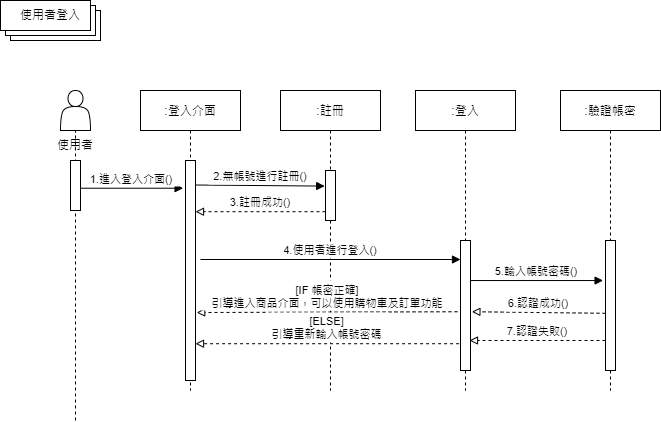
Earlier version of the draw.io export wiki/turn1.png (bobohuman/sowfare). Source tidied: cells renumbered, new cells last; positions are measured from the earlier drawing's top-left corner, leaving out a move shared by most shapes. The source it was exported from:
```xml
<mxGraphModel>
  <root>
    <mxCell id="0" />
    <mxCell id="1" parent="0" />
    <mxCell id="2" value=":登入介面" style="shape=umlLifeline;perimeter=lifelinePerimeter;rounded=0;shadow=0;strokeWidth=1;" parent="1" vertex="1">
      <mxGeometry x="140" y="90" width="100" height="300" as="geometry" />
    </mxCell>
    <mxCell id="3" style="points=[];perimeter=orthogonalPerimeter;rounded=0;shadow=0;strokeWidth=1;" parent="2" vertex="1">
      <mxGeometry x="45" y="70" width="10" height="220" as="geometry" />
    </mxCell>
    <mxCell id="4" value="2.無帳號進行註冊()" style="verticalAlign=bottom;endArrow=block;shadow=0;strokeWidth=1;entryX=-0.08;entryY=0.312;entryDx=0;entryDy=0;entryPerimeter=0;" parent="2" edge="1" target="6">
      <mxGeometry relative="1" as="geometry">
        <mxPoint x="55" y="94.5" as="sourcePoint" />
      </mxGeometry>
    </mxCell>
    <mxCell id="5" value=":註冊" style="shape=umlLifeline;perimeter=lifelinePerimeter;rounded=0;shadow=0;strokeWidth=1;" parent="1" vertex="1">
      <mxGeometry x="280" y="90" width="100" height="300" as="geometry" />
    </mxCell>
    <mxCell id="6" style="points=[];perimeter=orthogonalPerimeter;rounded=0;shadow=0;strokeWidth=1;" parent="5" vertex="1">
      <mxGeometry x="45" y="80" width="10" height="50" as="geometry" />
    </mxCell>
    <mxCell id="7" value=":登入" style="shape=umlLifeline;perimeter=lifelinePerimeter;rounded=0;shadow=0;strokeWidth=1;" parent="1" vertex="1">
      <mxGeometry x="415" y="90" width="100" height="300" as="geometry" />
    </mxCell>
    <mxCell id="8" style="points=[];perimeter=orthogonalPerimeter;rounded=0;shadow=0;strokeWidth=1;" parent="7" vertex="1">
      <mxGeometry x="45" y="150" width="10" height="130" as="geometry" />
    </mxCell>
    <mxCell id="9" style="shape=actor;whiteSpace=wrap;html=1;" parent="1" vertex="1">
      <mxGeometry x="60" y="90" width="30" height="40" as="geometry" />
    </mxCell>
    <mxCell id="10" style="verticalLabelPosition=bottom;verticalAlign=top;html=1;shape=mxgraph.basic.layered_rect;dx=10;" parent="1" vertex="1">
      <mxGeometry width="100" height="40" as="geometry" />
    </mxCell>
    <mxCell id="11" value="使用者登入" style="text;html=1;strokeColor=none;fillColor=none;align=center;verticalAlign=middle;whiteSpace=wrap;rounded=0;" parent="1" vertex="1">
      <mxGeometry x="10" width="80" height="30" as="geometry" />
    </mxCell>
    <mxCell id="12" value="使用者" style="text;html=1;strokeColor=none;fillColor=none;align=center;verticalAlign=middle;whiteSpace=wrap;rounded=0;" parent="1" vertex="1">
      <mxGeometry x="35" y="130" width="80" height="30" as="geometry" />
    </mxCell>
    <mxCell id="13" style="endArrow=none;dashed=1;html=1;rounded=0;entryX=0.5;entryY=0;entryDx=0;entryDy=0;" parent="1" edge="1" target="12">
      <mxGeometry relative="1" as="geometry">
        <mxPoint x="75" y="420" as="sourcePoint" />
      </mxGeometry>
    </mxCell>
    <mxCell id="14" style="points=[];perimeter=orthogonalPerimeter;rounded=0;shadow=0;strokeWidth=1;" parent="1" vertex="1">
      <mxGeometry x="70" y="160" width="10" height="50" as="geometry" />
    </mxCell>
    <mxCell id="15" value="1.進入登入介面()" style="verticalAlign=bottom;endArrow=block;entryX=-0.24;entryY=0.126;shadow=0;strokeWidth=1;entryDx=0;entryDy=0;entryPerimeter=0;" parent="1" edge="1" source="14" target="3">
      <mxGeometry relative="1" as="geometry" />
    </mxCell>
    <mxCell id="16" value="3.註冊成功()" style="verticalAlign=bottom;endArrow=block;shadow=0;strokeWidth=1;exitX=0;exitY=0.824;exitDx=0;exitDy=0;exitPerimeter=0;rounded=0;strokeColor=#000000;dashed=1;endFill=0;" parent="1" edge="1" source="6" target="3">
      <mxGeometry relative="1" as="geometry" />
    </mxCell>
    <mxCell id="17" value=":驗證帳密" style="shape=umlLifeline;perimeter=lifelinePerimeter;rounded=0;shadow=0;strokeWidth=1;" parent="1" vertex="1">
      <mxGeometry x="560" y="90" width="100" height="300" as="geometry" />
    </mxCell>
    <mxCell id="18" style="points=[];perimeter=orthogonalPerimeter;rounded=0;shadow=0;strokeWidth=1;" parent="17" vertex="1">
      <mxGeometry x="45" y="150" width="10" height="130" as="geometry" />
    </mxCell>
    <mxCell id="19" value="4.使用者進行登入()" style="verticalAlign=bottom;endArrow=block;shadow=0;strokeWidth=1;" parent="1" edge="1">
      <mxGeometry relative="1" as="geometry">
        <mxPoint x="200" y="259" as="sourcePoint" />
        <mxPoint x="460" y="259" as="targetPoint" />
      </mxGeometry>
    </mxCell>
    <mxCell id="20" value="5.輸入帳號密碼()" style="verticalAlign=bottom;endArrow=block;shadow=0;strokeWidth=1;entryX=-0.24;entryY=0.308;entryDx=0;entryDy=0;entryPerimeter=0;" parent="1" edge="1" source="8" target="18">
      <mxGeometry relative="1" as="geometry" />
    </mxCell>
    <mxCell id="21" value="6.認證成功()" style="verticalAlign=bottom;endArrow=block;shadow=0;strokeWidth=1;exitX=0;exitY=0.56;exitDx=0;exitDy=0;exitPerimeter=0;rounded=0;strokeColor=#000000;dashed=1;endFill=0;entryX=1.14;entryY=0.548;entryDx=0;entryDy=0;entryPerimeter=0;" parent="1" edge="1" source="18" target="8">
      <mxGeometry relative="1" as="geometry" />
    </mxCell>
    <mxCell id="22" value="7.認證失敗()" style="verticalAlign=bottom;endArrow=block;shadow=0;strokeWidth=1;rounded=0;strokeColor=#000000;dashed=1;endFill=0;entryX=0.9;entryY=0.769;entryDx=0;entryDy=0;entryPerimeter=0;" parent="1" edge="1" source="18" target="8">
      <mxGeometry relative="1" as="geometry" />
    </mxCell>
    <mxCell id="23" value="[IF 帳密正確]&#10;引導進入商品介面，可以使用購物車及訂單功能" style="verticalAlign=bottom;endArrow=block;shadow=0;strokeWidth=1;exitX=-0.3;exitY=0.548;exitDx=0;exitDy=0;exitPerimeter=0;rounded=0;strokeColor=#000000;dashed=1;endFill=0;entryX=1.12;entryY=0.691;entryDx=0;entryDy=0;entryPerimeter=0;" parent="1" edge="1" source="8" target="3">
      <mxGeometry relative="1" as="geometry" />
    </mxCell>
    <mxCell id="24" value="[ELSE]&#10;引導重新輸入帳號密碼" style="verticalAlign=bottom;endArrow=block;shadow=0;strokeWidth=1;exitX=-0.14;exitY=0.794;exitDx=0;exitDy=0;exitPerimeter=0;rounded=0;strokeColor=#000000;dashed=1;endFill=0;" parent="1" edge="1" source="8" target="3">
      <mxGeometry relative="1" as="geometry" />
    </mxCell>
  </root>
</mxGraphModel>
```
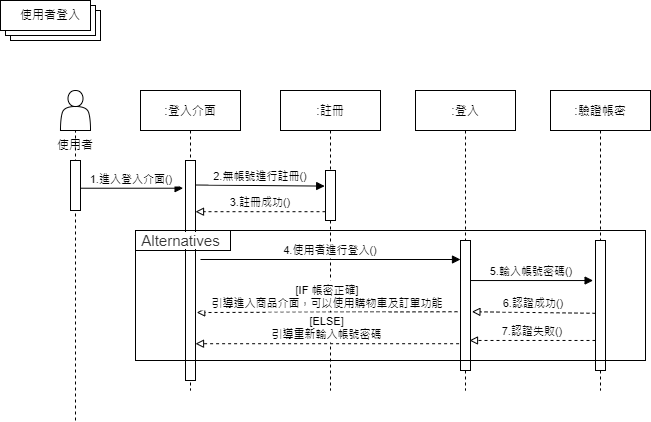
After the change.

What changed in the source:
```diff
@@ -52,11 +52,20 @@
       <mxGeometry relative="1" as="geometry" />
     </mxCell>
     <mxCell id="17" value=":驗證帳密" style="shape=umlLifeline;perimeter=lifelinePerimeter;rounded=0;shadow=0;strokeWidth=1;" parent="1" vertex="1">
-      <mxGeometry x="560" y="90" width="100" height="300" as="geometry" />
+      <mxGeometry x="550" y="90" width="100" height="300" as="geometry" />
     </mxCell>
     <mxCell id="18" style="points=[];perimeter=orthogonalPerimeter;rounded=0;shadow=0;strokeWidth=1;" parent="17" vertex="1">
       <mxGeometry x="45" y="150" width="10" height="130" as="geometry" />
     </mxCell>
+    <mxCell id="25" style="rounded=0;whiteSpace=wrap;fillColor=none;gradientColor=none;textOpacity=0;html=1;" parent="17" vertex="1">
+      <mxGeometry x="-415" y="140" width="510" height="130" as="geometry" />
+    </mxCell>
+    <mxCell id="26" value="&lt;span style=&quot;color: rgb(51 , 51 , 51) ; font-family: &amp;#34;helvetica neue&amp;#34; , &amp;#34;helvetica&amp;#34; , &amp;#34;arial&amp;#34; , &amp;#34;heiti tc&amp;#34; , &amp;#34;apple ligothic medium&amp;#34; , , sans-serif ; font-size: 15px ; background-color: rgb(255 , 255 , 255)&quot;&gt;Alternatives&lt;/span&gt;" style="text;html=1;align=center;verticalAlign=middle;strokeColor=none;fillColor=none;" parent="17" vertex="1">
+      <mxGeometry x="-415" y="140" width="90" height="20" as="geometry" />
+    </mxCell>
+    <mxCell id="27" style="rounded=0;whiteSpace=wrap;fillColor=none;gradientColor=none;textOpacity=0;html=1;" parent="17" vertex="1">
+      <mxGeometry x="-415" y="140" width="95" height="20" as="geometry" />
+    </mxCell>
     <mxCell id="19" value="4.使用者進行登入()" style="verticalAlign=bottom;endArrow=block;shadow=0;strokeWidth=1;" parent="1" edge="1">
       <mxGeometry relative="1" as="geometry">
         <mxPoint x="200" y="259" as="sourcePoint" />
```
